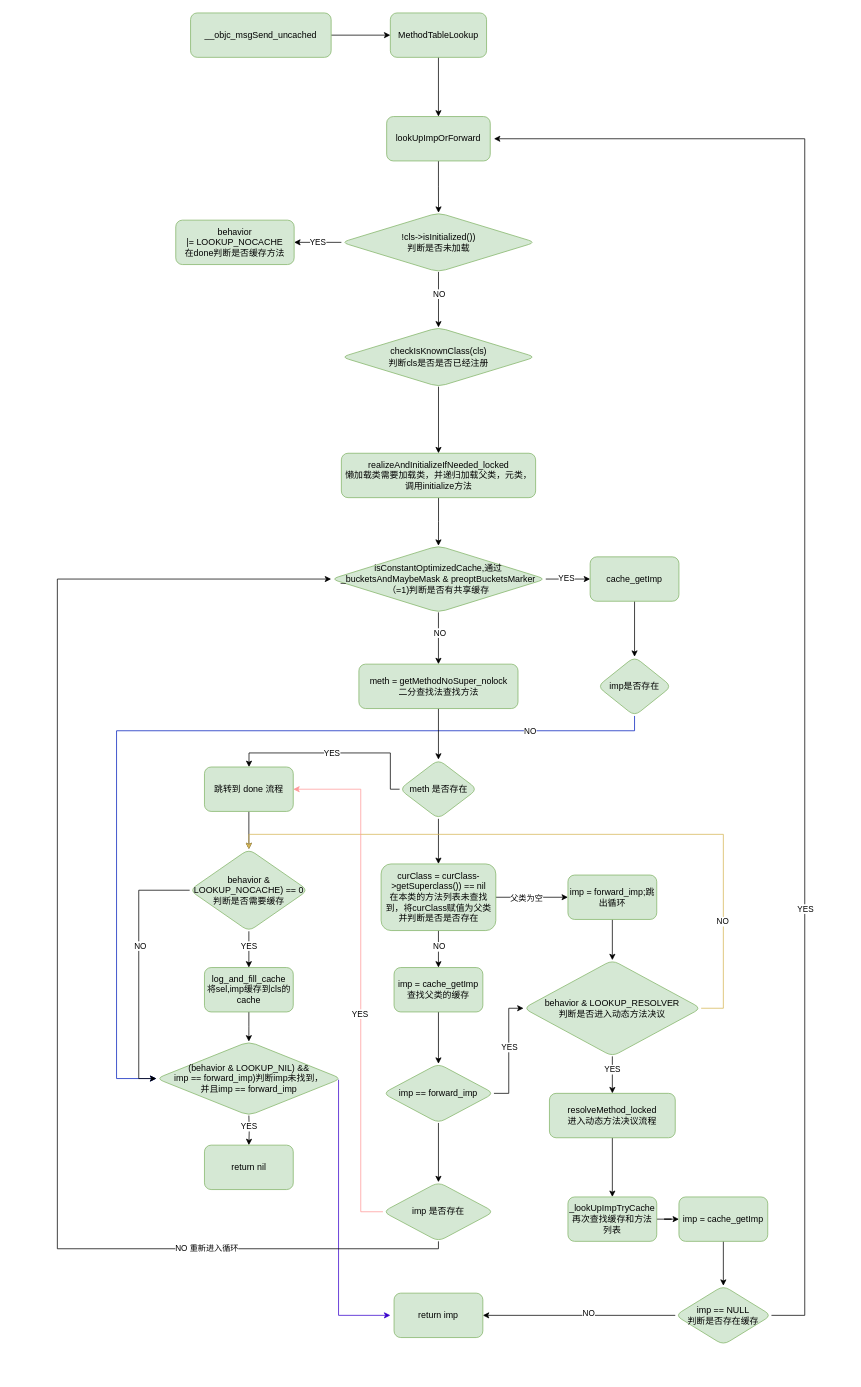
This is 方法动态决议.drawio from xianquan1/FlowChart, a draw.io file, before an edit. Source tidied: cells renumbered, new cells numbered last; positions are measured from the earlier drawing's top-left corner, leaving out a move shared by most shapes. Both pictures are drawn from the tidied source at 74%, with x=0, y=0 at pixel (57, 13).
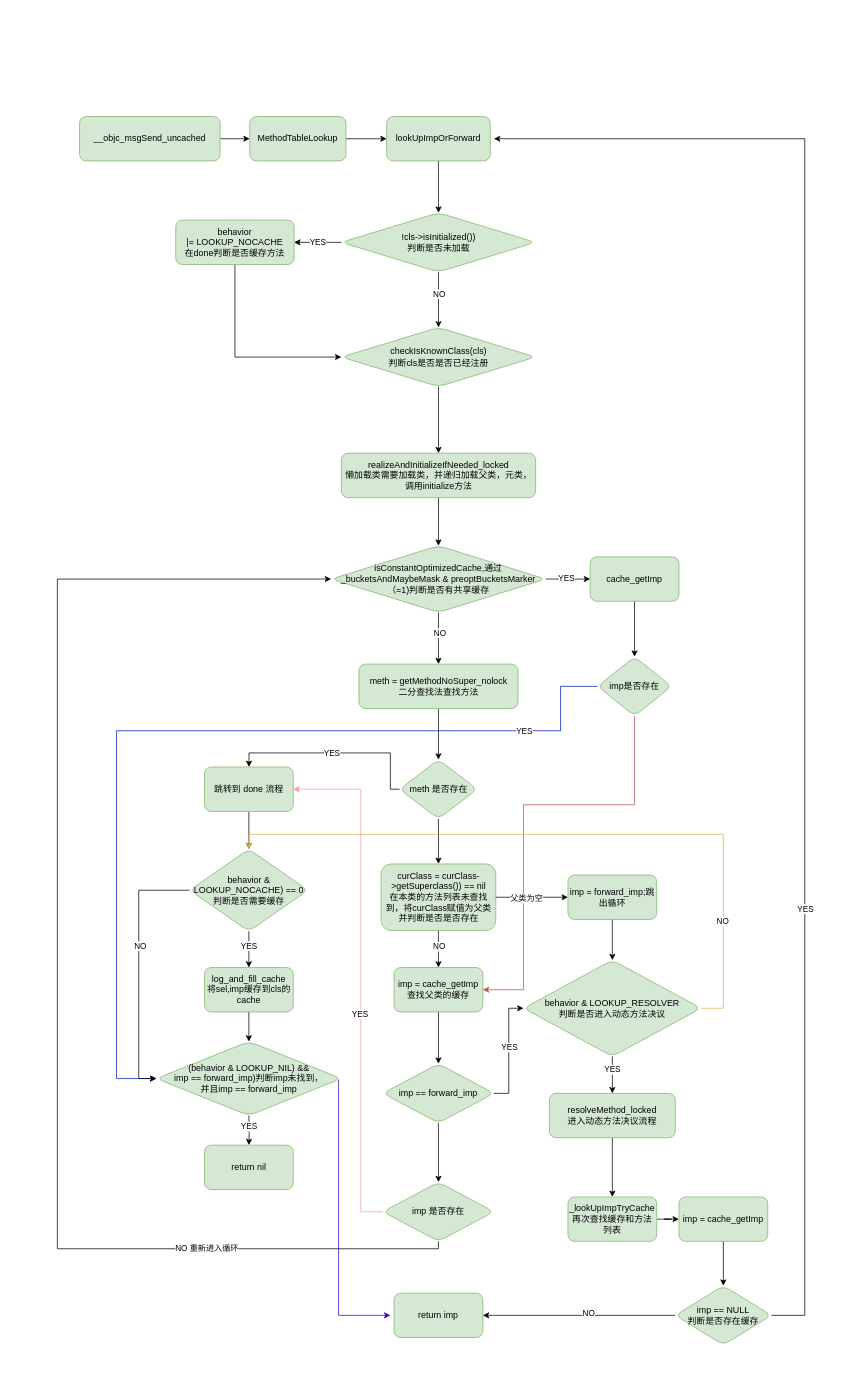
After the change.

Commit message:
方法动态决议.drawio

Unchanged cells that the change refers to:
```xml
<mxCell id="12" value="behavior |=&amp;nbsp;LOOKUP_NOCACHE&lt;br&gt;在done判断是否缓存方法" style="whiteSpace=wrap;html=1;fillColor=#d5e8d4;strokeColor=#82b366;rounded=1;" parent="1" vertex="1">
  <mxGeometry x="160" y="280" width="160" height="60" as="geometry" />
</mxCell>
<mxCell id="14" value="checkIsKnownClass(cls)&lt;br&gt;判断cls是否是否已经注册" style="rhombus;whiteSpace=wrap;html=1;fillColor=#d5e8d4;strokeColor=#82b366;rounded=1;" parent="1" vertex="1">
  <mxGeometry x="383.8" y="425" width="262.5" height="80" as="geometry" />
</mxCell>
<mxCell id="26" value="imp是否存在" style="rhombus;whiteSpace=wrap;html=1;fillColor=#d5e8d4;strokeColor=#82b366;rounded=1;" parent="1" vertex="1">
  <mxGeometry x="730" y="870" width="100" height="80" as="geometry" />
</mxCell>
<mxCell id="45" value="(behavior &amp;amp; LOOKUP_NIL) &amp;amp;&amp;amp; &lt;br&gt;imp == forward_imp)判断imp未找到，&lt;br&gt;并且imp == forward_imp" style="rhombus;whiteSpace=wrap;html=1;fillColor=#d5e8d4;strokeColor=#82b366;rounded=1;" parent="1" vertex="1">
  <mxGeometry x="133.8" y="1390" width="250" height="100" as="geometry" />
</mxCell>
<mxCell id="71" value="imp = cache_getImp&lt;br&gt;查找父类的缓存" style="whiteSpace=wrap;html=1;fillColor=#d5e8d4;strokeColor=#82b366;rounded=1;" parent="1" vertex="1">
  <mxGeometry x="455" y="1290" width="120" height="60" as="geometry" />
</mxCell>
```

The edit, as a diff of the source:
```diff
@@
+    <mxCell id="82" style="rounded=0;whiteSpace=wrap;html=1;strokeColor=none;" parent="1" vertex="1">
+      <mxGeometry x="-60" y="80" width="1130" height="1760" as="geometry" />
+    </mxCell>
@@
     <mxCell id="3" value="__objc_msgSend_uncached" style="rounded=1;whiteSpace=wrap;html=1;fillColor=#d5e8d4;strokeColor=#82b366;" parent="1" vertex="1">
-      <mxGeometry x="180" width="190" height="60" as="geometry" />
+      <mxGeometry x="30" y="140" width="190" height="60" as="geometry" />
     </mxCell>
@@
     <mxCell id="5" value="MethodTableLookup" style="whiteSpace=wrap;html=1;fillColor=#d5e8d4;strokeColor=#82b366;rounded=1;" parent="1" vertex="1">
-      <mxGeometry x="450" width="130" height="60" as="geometry" />
+      <mxGeometry x="260" y="140" width="130" height="60" as="geometry" />
     </mxCell>
@@
+    <mxCell id="83" style="edgeStyle=orthogonalEdgeStyle;rounded=0;jettySize=auto;html=1;entryX=0;entryY=0.5;entryDx=0;entryDy=0;" parent="1" edge="1" source="12" target="14">
+      <mxGeometry relative="1" as="geometry">
+        <Array as="points">
+          <mxPoint x="240" y="465" />
+        </Array>
+      </mxGeometry>
+    </mxCell>
@@
     <mxCell id="24" style="edgeStyle=orthogonalEdgeStyle;rounded=0;jettySize=auto;html=1;entryX=0;entryY=0.5;entryDx=0;entryDy=0;fillColor=#0050ef;strokeColor=#001DBC;" parent="1" edge="1" source="26" target="45">
       <mxGeometry relative="1" as="geometry">
         <Array as="points">
-          <mxPoint x="780" y="970" />
+          <mxPoint x="680" y="910" />
+          <mxPoint x="680" y="970" />
           <mxPoint x="80" y="970" />
           <mxPoint x="80" y="1440" />
         </Array>
       </mxGeometry>
     </mxCell>
-    <mxCell id="25" value="NO" style="edgeLabel;html=1;align=center;verticalAlign=middle;" parent="24" vertex="1">
+    <mxCell id="25" value="YES" style="edgeLabel;html=1;align=center;verticalAlign=middle;" parent="24" vertex="1">
       <mxGeometry x="-0.74" relative="1" as="geometry" />
     </mxCell>
+    <mxCell id="84" style="edgeStyle=orthogonalEdgeStyle;rounded=0;jettySize=auto;html=1;entryX=1;entryY=0.5;entryDx=0;entryDy=0;fillColor=#f8cecc;strokeColor=#b85450;" parent="1" edge="1" source="26" target="71">
+      <mxGeometry relative="1" as="geometry">
+        <Array as="points">
+          <mxPoint x="780" y="1070" />
+          <mxPoint x="630" y="1070" />
+          <mxPoint x="630" y="1320" />
+        </Array>
+      </mxGeometry>
+    </mxCell>
```
